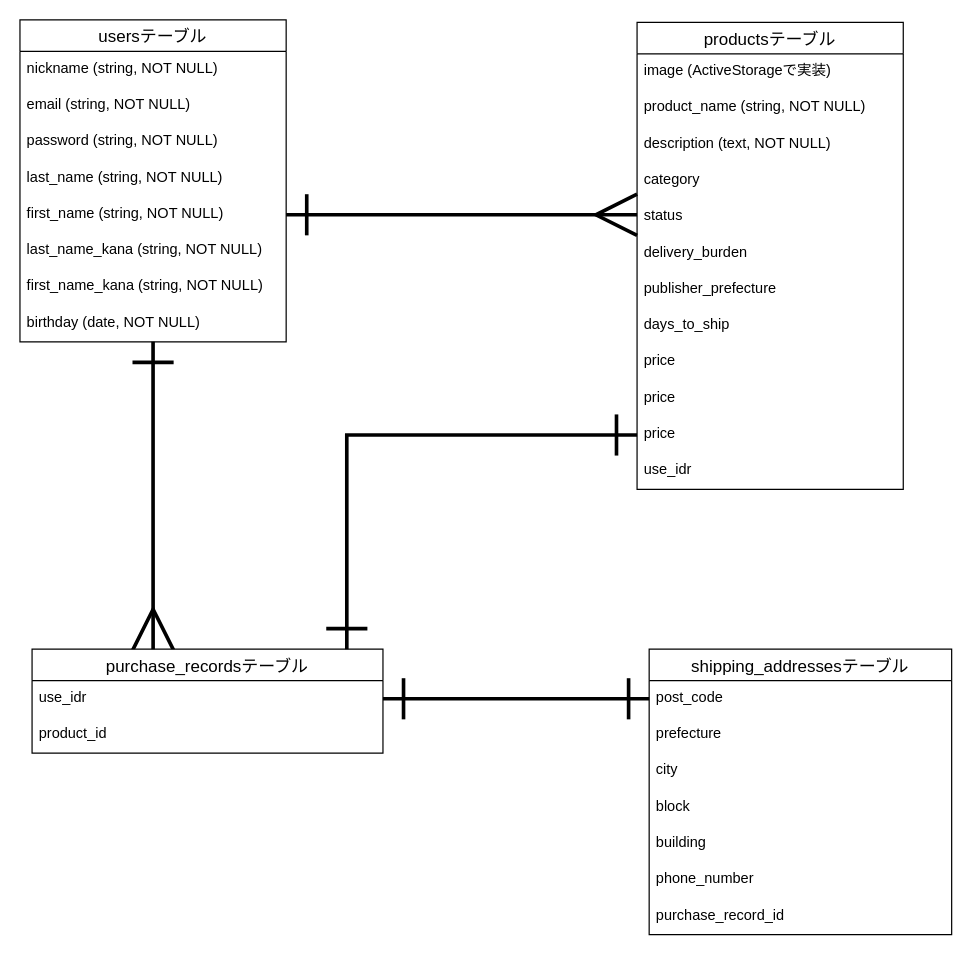
yuus0524/furima-35248 keeps this draw.io diagram as ER.dio. Above is the earlier version. Source tidied: cells renumbered, new cells numbered last; positions are measured from the earlier drawing's top-left corner, leaving out a move shared by most shapes. Both pictures are drawn from the tidied source at 121%, with x=0, y=0 at pixel (19, 19).
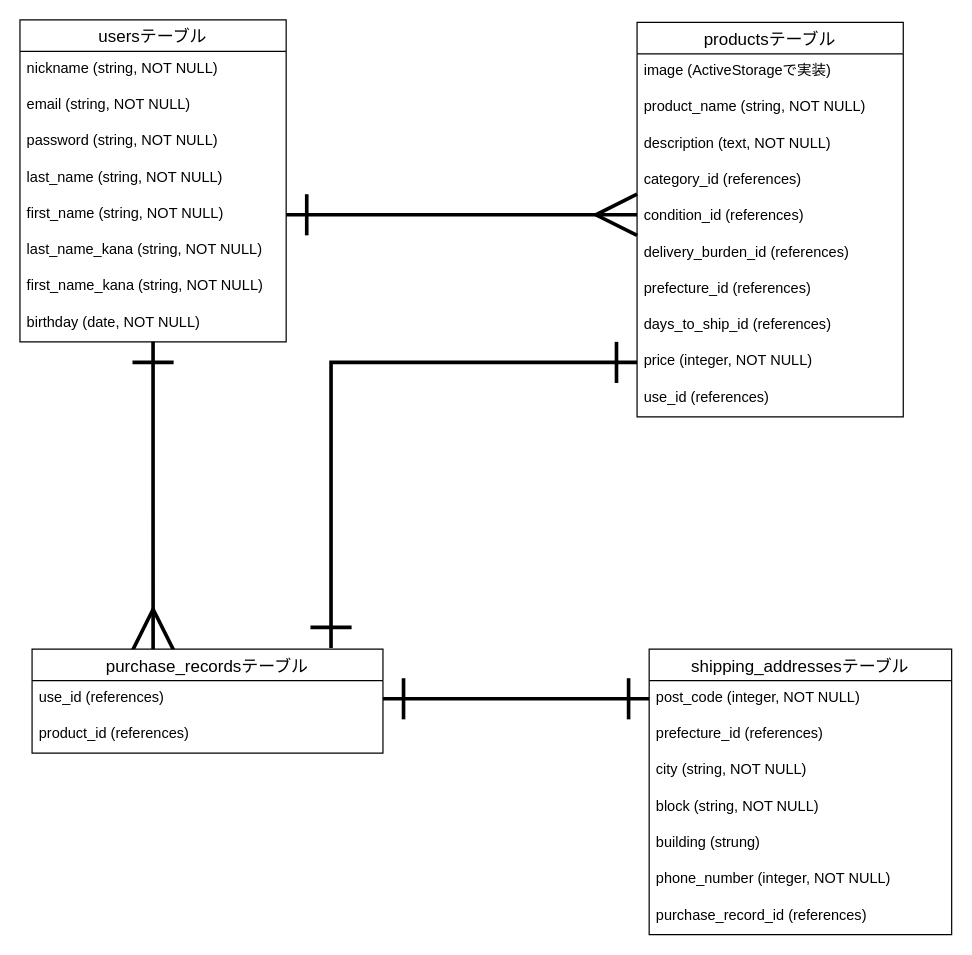
The same diagram, later.

Unchanged cells that the change refers to:
```xml
<mxCell id="25" value="shipping_addressesテーブル" style="swimlane;fontStyle=0;horizontal=1;startSize=26;align=center;fontSize=14;" parent="1" vertex="1">
  <mxGeometry x="520" y="520" width="250" height="236" as="geometry" />
</mxCell>
<mxCell id="33" value="purchase_recordsテーブル" style="swimlane;fontStyle=0;horizontal=1;startSize=26;align=center;fontSize=14;" parent="1" vertex="1">
  <mxGeometry x="10" y="520" width="290" height="86" as="geometry" />
</mxCell>
```

Diff of the diagram source:
```diff
@@
     <mxCell id="2" value="productsテーブル" style="swimlane;fontStyle=0;horizontal=1;startSize=26;align=center;fontSize=14;" parent="1" vertex="1">
-      <mxGeometry x="510" y="2" width="220" height="386" as="geometry" />
+      <mxGeometry x="510" y="2" width="220" height="326" as="geometry" />
     </mxCell>
@@
-    <mxCell id="6" value="category" style="text;strokeColor=none;fillColor=none;spacingLeft=4;spacingRight=4;overflow=hidden;fontSize=12;" parent="2" vertex="1">
+    <mxCell id="6" value="category_id (references)" style="text;strokeColor=none;fillColor=none;spacingLeft=4;spacingRight=4;overflow=hidden;fontSize=12;" parent="2" vertex="1">
       <mxGeometry y="116" width="220" height="30" as="geometry" />
     </mxCell>
-    <mxCell id="7" value="status" style="text;strokeColor=none;fillColor=none;spacingLeft=4;spacingRight=4;overflow=hidden;fontSize=12;" parent="2" vertex="1">
+    <mxCell id="7" value="condition_id (references)" style="text;strokeColor=none;fillColor=none;spacingLeft=4;spacingRight=4;overflow=hidden;fontSize=12;" parent="2" vertex="1">
       <mxGeometry y="146" width="220" height="30" as="geometry" />
     </mxCell>
-    <mxCell id="8" value="delivery_burden" style="text;strokeColor=none;fillColor=none;spacingLeft=4;spacingRight=4;overflow=hidden;fontSize=12;" parent="2" vertex="1">
+    <mxCell id="8" value="delivery_burden_id (references)" style="text;strokeColor=none;fillColor=none;spacingLeft=4;spacingRight=4;overflow=hidden;fontSize=12;" parent="2" vertex="1">
       <mxGeometry y="176" width="220" height="30" as="geometry" />
     </mxCell>
-    <mxCell id="9" value="publisher_prefecture" style="text;strokeColor=none;fillColor=none;spacingLeft=4;spacingRight=4;overflow=hidden;fontSize=12;" parent="2" vertex="1">
+    <mxCell id="9" value="prefecture_id (references)" style="text;strokeColor=none;fillColor=none;spacingLeft=4;spacingRight=4;overflow=hidden;fontSize=12;" parent="2" vertex="1">
       <mxGeometry y="206" width="220" height="30" as="geometry" />
     </mxCell>
-    <mxCell id="10" value="days_to_ship" style="text;strokeColor=none;fillColor=none;spacingLeft=4;spacingRight=4;overflow=hidden;fontSize=12;" parent="2" vertex="1">
+    <mxCell id="10" value="days_to_ship_id (references)" style="text;strokeColor=none;fillColor=none;spacingLeft=4;spacingRight=4;overflow=hidden;fontSize=12;" parent="2" vertex="1">
       <mxGeometry y="236" width="220" height="30" as="geometry" />
     </mxCell>
-    <mxCell id="11" value="price" style="text;strokeColor=none;fillColor=none;spacingLeft=4;spacingRight=4;overflow=hidden;points=[[0,0.5],[1,0.5]];portConstraint=eastwest;fontSize=12;" parent="2" vertex="1">
+    <mxCell id="11" value="price (integer, NOT NULL)" style="text;strokeColor=none;fillColor=none;spacingLeft=4;spacingRight=4;overflow=hidden;points=[[0,0.5],[1,0.5]];portConstraint=eastwest;fontSize=12;" parent="2" vertex="1">
       <mxGeometry y="266" width="220" height="30" as="geometry" />
     </mxCell>
-    <mxCell id="12" value="price" style="text;strokeColor=none;fillColor=none;spacingLeft=4;spacingRight=4;overflow=hidden;fontSize=12;" parent="2" vertex="1">
-      <mxGeometry y="296" width="220" height="30" as="geometry" />
-    </mxCell>
-    <mxCell id="13" value="price" style="text;strokeColor=none;fillColor=none;spacingLeft=4;spacingRight=4;overflow=hidden;points=[[0,0.5],[1,0.5]];portConstraint=eastwest;fontSize=12;" parent="2" vertex="1">
-      <mxGeometry y="326" width="220" height="30" as="geometry" />
-    </mxCell>
-    <mxCell id="14" value="use_idr" style="text;strokeColor=none;fillColor=none;spacingLeft=4;spacingRight=4;overflow=hidden;fontSize=12;" parent="2" vertex="1">
-      <mxGeometry y="356" width="220" height="30" as="geometry" />
+    <mxCell id="14" value="use_id (references)" style="text;strokeColor=none;fillColor=none;spacingLeft=4;spacingRight=4;overflow=hidden;fontSize=12;" parent="2" vertex="1">
+      <mxGeometry y="296" width="220" height="30" as="geometry" />
     </mxCell>
@@
-    <mxCell id="26" value="post_code" style="text;strokeColor=none;fillColor=none;spacingLeft=4;spacingRight=4;overflow=hidden;points=[[0,0.5],[1,0.5]];portConstraint=eastwest;fontSize=12;" parent="25" vertex="1">
+    <mxCell id="26" value="post_code (integer, NOT NULL)" style="text;strokeColor=none;fillColor=none;spacingLeft=4;spacingRight=4;overflow=hidden;points=[[0,0.5],[1,0.5]];portConstraint=eastwest;fontSize=12;" parent="25" vertex="1">
       <mxGeometry y="26" width="250" height="30" as="geometry" />
     </mxCell>
-    <mxCell id="27" value="prefecture" style="text;strokeColor=none;fillColor=none;spacingLeft=4;spacingRight=4;overflow=hidden;fontSize=12;" parent="25" vertex="1">
+    <mxCell id="27" value="prefecture_id (references)" style="text;strokeColor=none;fillColor=none;spacingLeft=4;spacingRight=4;overflow=hidden;fontSize=12;" parent="25" vertex="1">
       <mxGeometry y="56" width="250" height="30" as="geometry" />
     </mxCell>
-    <mxCell id="28" value="city" style="text;strokeColor=none;fillColor=none;spacingLeft=4;spacingRight=4;overflow=hidden;fontSize=12;" parent="25" vertex="1">
+    <mxCell id="28" value="city (string, NOT NULL)" style="text;strokeColor=none;fillColor=none;spacingLeft=4;spacingRight=4;overflow=hidden;fontSize=12;" parent="25" vertex="1">
       <mxGeometry y="86" width="250" height="30" as="geometry" />
     </mxCell>
-    <mxCell id="29" value="block" style="text;strokeColor=none;fillColor=none;spacingLeft=4;spacingRight=4;overflow=hidden;fontSize=12;" parent="25" vertex="1">
+    <mxCell id="29" value="block (string, NOT NULL)" style="text;strokeColor=none;fillColor=none;spacingLeft=4;spacingRight=4;overflow=hidden;fontSize=12;" parent="25" vertex="1">
       <mxGeometry y="116" width="250" height="30" as="geometry" />
     </mxCell>
-    <mxCell id="30" value="building" style="text;strokeColor=none;fillColor=none;spacingLeft=4;spacingRight=4;overflow=hidden;fontSize=12;" parent="25" vertex="1">
+    <mxCell id="30" value="building (strung)" style="text;strokeColor=none;fillColor=none;spacingLeft=4;spacingRight=4;overflow=hidden;fontSize=12;" parent="25" vertex="1">
       <mxGeometry y="146" width="250" height="30" as="geometry" />
     </mxCell>
-    <mxCell id="31" value="phone_number" style="text;strokeColor=none;fillColor=none;spacingLeft=4;spacingRight=4;overflow=hidden;fontSize=12;" parent="25" vertex="1">
+    <mxCell id="31" value="phone_number (integer, NOT NULL)" style="text;strokeColor=none;fillColor=none;spacingLeft=4;spacingRight=4;overflow=hidden;fontSize=12;" parent="25" vertex="1">
       <mxGeometry y="176" width="250" height="30" as="geometry" />
     </mxCell>
-    <mxCell id="32" value="purchase_record_id" style="text;strokeColor=none;fillColor=none;spacingLeft=4;spacingRight=4;overflow=hidden;fontSize=12;" parent="25" vertex="1">
+    <mxCell id="32" value="purchase_record_id (references)" style="text;strokeColor=none;fillColor=none;spacingLeft=4;spacingRight=4;overflow=hidden;fontSize=12;" parent="25" vertex="1">
       <mxGeometry y="206" width="250" height="30" as="geometry" />
     </mxCell>
@@
-    <mxCell id="34" value="use_idr" style="text;strokeColor=none;fillColor=none;spacingLeft=4;spacingRight=4;overflow=hidden;points=[[0,0.5],[1,0.5]];portConstraint=eastwest;fontSize=12;" parent="33" vertex="1">
+    <mxCell id="34" value="use_id (references)" style="text;strokeColor=none;fillColor=none;spacingLeft=4;spacingRight=4;overflow=hidden;points=[[0,0.5],[1,0.5]];portConstraint=eastwest;fontSize=12;" parent="33" vertex="1">
       <mxGeometry y="26" width="290" height="30" as="geometry" />
     </mxCell>
-    <mxCell id="35" value="product_id" style="text;strokeColor=none;fillColor=none;spacingLeft=4;spacingRight=4;overflow=hidden;fontSize=12;" parent="33" vertex="1">
+    <mxCell id="35" value="product_id (references)" style="text;strokeColor=none;fillColor=none;spacingLeft=4;spacingRight=4;overflow=hidden;fontSize=12;" parent="33" vertex="1">
       <mxGeometry y="56" width="290" height="30" as="geometry" />
     </mxCell>
@@
-    <mxCell id="38" style="edgeStyle=orthogonalEdgeStyle;rounded=0;jettySize=auto;html=1;entryX=0.897;entryY=0;entryDx=0;entryDy=0;entryPerimeter=0;startArrow=ERone;startFill=0;startSize=30;endArrow=ERone;endFill=0;endSize=30;strokeWidth=3;" parent="1" edge="1" source="13" target="33">
-      <mxGeometry relative="1" as="geometry" />
-    </mxCell>
+    <mxCell id="39" style="edgeStyle=orthogonalEdgeStyle;rounded=0;jettySize=auto;html=1;entryX=0.852;entryY=-0.012;entryDx=0;entryDy=0;entryPerimeter=0;strokeWidth=3;startArrow=ERone;startFill=0;endArrow=ERone;endFill=0;endSize=30;startSize=30;" parent="1" edge="1" source="11" target="33">
+      <mxGeometry relative="1" as="geometry" />
+    </mxCell>
```
